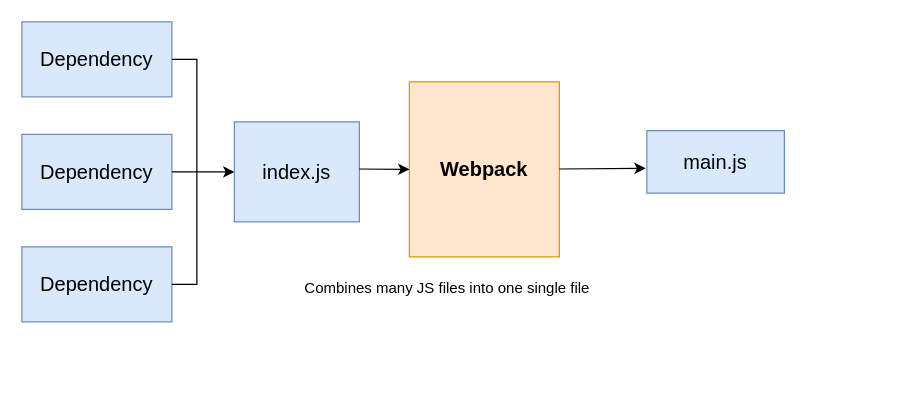
Before: page "Server-Arch" (1 of 2) of Frontend-Integration.drawio in afflato/system, a draw.io diagram. Source tidied: cells renumbered, new cells numbered last; positions are measured from the earlier drawing's top-left corner, leaving out a move shared by most shapes. Both pictures are drawn from the tidied source at 125%, with x=0, y=0 at pixel (21, 21).
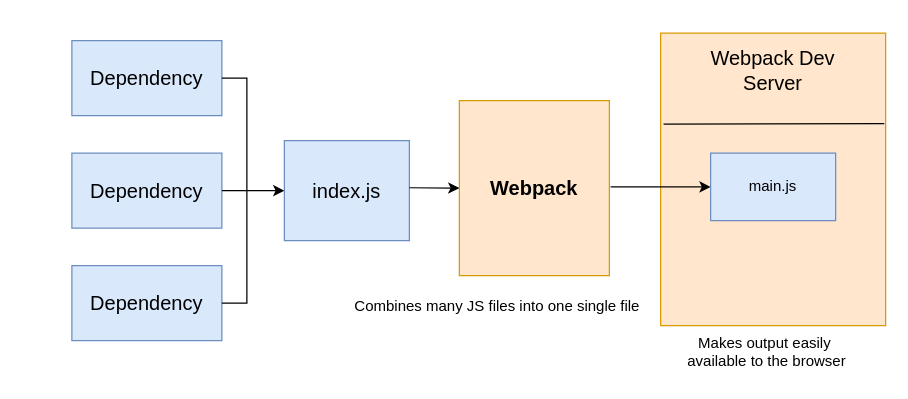
The same diagram, later.

The edit, as a diff of the source:
```diff
@@
-    <mxCell id="2" style="group;" parent="1" vertex="1">
-      <mxGeometry width="610" height="240" as="geometry" />
-    </mxCell>
+    <mxCell id="14" style="group;" parent="1" vertex="1">
+      <mxGeometry x="40" y="9" width="651" height="275" as="geometry" />
+    </mxCell>
-    <mxCell id="3" value="&lt;font style=&quot;font-size: 16px;&quot;&gt;Dependency&lt;/font&gt;" style="rounded=0;whiteSpace=wrap;html=1;fillColor=#dae8fc;strokeColor=#6c8ebf;" parent="2" vertex="1">
-      <mxGeometry width="120" height="60" as="geometry" />
+    <mxCell id="3" value="&lt;font style=&quot;font-size: 16px;&quot;&gt;Dependency&lt;/font&gt;" style="rounded=0;whiteSpace=wrap;html=1;fillColor=#dae8fc;strokeColor=#6c8ebf;" parent="14" vertex="1">
+      <mxGeometry y="6" width="120" height="60" as="geometry" />
     </mxCell>
-    <mxCell id="4" value="&lt;font style=&quot;font-size: 16px;&quot;&gt;Dependency&lt;/font&gt;" style="rounded=0;whiteSpace=wrap;html=1;fillColor=#dae8fc;strokeColor=#6c8ebf;" parent="2" vertex="1">
-      <mxGeometry y="90" width="120" height="60" as="geometry" />
+    <mxCell id="4" value="&lt;font style=&quot;font-size: 16px;&quot;&gt;Dependency&lt;/font&gt;" style="rounded=0;whiteSpace=wrap;html=1;fillColor=#dae8fc;strokeColor=#6c8ebf;" parent="14" vertex="1">
+      <mxGeometry y="96" width="120" height="60" as="geometry" />
     </mxCell>
-    <mxCell id="5" value="&lt;font style=&quot;font-size: 16px;&quot;&gt;Dependency&lt;/font&gt;" style="rounded=0;whiteSpace=wrap;html=1;fillColor=#dae8fc;strokeColor=#6c8ebf;" parent="2" vertex="1">
-      <mxGeometry y="180" width="120" height="60" as="geometry" />
+    <mxCell id="5" value="&lt;font style=&quot;font-size: 16px;&quot;&gt;Dependency&lt;/font&gt;" style="rounded=0;whiteSpace=wrap;html=1;fillColor=#dae8fc;strokeColor=#6c8ebf;" parent="14" vertex="1">
+      <mxGeometry y="186" width="120" height="60" as="geometry" />
     </mxCell>
-    <mxCell id="6" value="&lt;font style=&quot;font-size: 16px;&quot;&gt;index.js&lt;/font&gt;" style="rounded=0;whiteSpace=wrap;html=1;fillColor=#dae8fc;strokeColor=#6c8ebf;" parent="2" vertex="1">
-      <mxGeometry x="170" y="80" width="100" height="80" as="geometry" />
+    <mxCell id="6" value="&lt;font style=&quot;font-size: 16px;&quot;&gt;index.js&lt;/font&gt;" style="rounded=0;whiteSpace=wrap;html=1;fillColor=#dae8fc;strokeColor=#6c8ebf;" parent="14" vertex="1">
+      <mxGeometry x="170" y="86" width="100" height="80" as="geometry" />
     </mxCell>
-    <mxCell id="7" value="&lt;b&gt;&lt;font style=&quot;font-size: 16px;&quot;&gt;Webpack&lt;/font&gt;&lt;/b&gt;" style="rounded=0;whiteSpace=wrap;html=1;fillColor=#ffe6cc;strokeColor=#d79b00;" parent="2" vertex="1">
-      <mxGeometry x="310" y="48" width="120" height="140" as="geometry" />
+    <mxCell id="7" value="&lt;b&gt;&lt;font style=&quot;font-size: 16px;&quot;&gt;Webpack&lt;/font&gt;&lt;/b&gt;" style="rounded=0;whiteSpace=wrap;html=1;fillColor=#ffe6cc;strokeColor=#d79b00;" parent="14" vertex="1">
+      <mxGeometry x="310" y="54" width="120" height="140" as="geometry" />
     </mxCell>
-    <mxCell id="8" value="&lt;font style=&quot;font-size: 16px;&quot;&gt;main.js&lt;/font&gt;" style="rounded=0;whiteSpace=wrap;html=1;fillColor=#dae8fc;strokeColor=#6c8ebf;" parent="2" vertex="1">
-      <mxGeometry x="500" y="87" width="110" height="50" as="geometry" />
-    </mxCell>
-    <mxCell id="9" style="endArrow=classic;html=1;rounded=0;exitX=1;exitY=0.5;exitDx=0;exitDy=0;entryX=0;entryY=0.5;entryDx=0;entryDy=0;" parent="2" edge="1" source="4" target="6">
+    <mxCell id="9" style="endArrow=classic;html=1;rounded=0;exitX=1;exitY=0.5;exitDx=0;exitDy=0;entryX=0;entryY=0.5;entryDx=0;entryDy=0;" parent="14" edge="1" source="4" target="6">
       <mxGeometry relative="1" as="geometry" />
     </mxCell>
-    <mxCell id="10" style="endArrow=none;html=1;rounded=0;exitX=1;exitY=0.5;exitDx=0;exitDy=0;" parent="2" edge="1" source="3" target="5">
+    <mxCell id="10" style="endArrow=none;html=1;rounded=0;exitX=1;exitY=0.5;exitDx=0;exitDy=0;" parent="14" edge="1" source="3" target="5">
       <mxGeometry relative="1" as="geometry">
         <Array as="points">
-          <mxPoint x="140" y="30" />
-          <mxPoint x="140" y="60" />
-          <mxPoint x="140" y="210" />
+          <mxPoint x="140" y="36" />
+          <mxPoint x="140" y="66" />
+          <mxPoint x="140" y="216" />
         </Array>
       </mxGeometry>
     </mxCell>
-    <mxCell id="11" style="endArrow=classic;html=1;rounded=0;exitX=1;exitY=0.5;exitDx=0;exitDy=0;entryX=0;entryY=0.5;entryDx=0;entryDy=0;" parent="2" edge="1" target="7">
+    <mxCell id="11" style="endArrow=classic;html=1;rounded=0;exitX=1;exitY=0.5;exitDx=0;exitDy=0;entryX=0;entryY=0.5;entryDx=0;entryDy=0;" parent="14" edge="1" target="7">
       <mxGeometry relative="1" as="geometry">
-        <mxPoint x="270" y="117.7" as="sourcePoint" />
+        <mxPoint x="270" y="123.7" as="sourcePoint" />
       </mxGeometry>
     </mxCell>
+    <mxCell id="13" value="Combines many JS files into one single file" style="text;html=1;align=center;verticalAlign=middle;strokeColor=none;fillColor=none;" parent="14" vertex="1">
+      <mxGeometry x="215" y="204" width="250" height="30" as="geometry" />
+    </mxCell>
+    <mxCell id="15" style="rounded=0;whiteSpace=wrap;html=1;fillColor=#ffe6cc;strokeColor=#d79b00;" parent="14" vertex="1">
+      <mxGeometry x="471" width="180" height="234" as="geometry" />
+    </mxCell>
-    <mxCell id="12" style="endArrow=classic;html=1;rounded=0;exitX=1;exitY=0.5;exitDx=0;exitDy=0;entryX=-0.009;entryY=0.603;entryDx=0;entryDy=0;entryPerimeter=0;" parent="2" edge="1" target="8">
+    <mxCell id="12" style="endArrow=classic;html=1;rounded=0;entryX=0;entryY=0.5;entryDx=0;entryDy=0;" parent="14" edge="1" target="8">
       <mxGeometry relative="1" as="geometry">
-        <mxPoint x="430" y="117.7" as="sourcePoint" />
+        <mxPoint x="431" y="123" as="sourcePoint" />
       </mxGeometry>
     </mxCell>
-    <mxCell id="13" value="Combines many JS files into one single file" style="text;html=1;align=center;verticalAlign=middle;strokeColor=none;fillColor=none;" parent="2" vertex="1">
-      <mxGeometry x="215" y="198" width="250" height="30" as="geometry" />
-    </mxCell>
+    <mxCell id="16" style="endArrow=none;html=1;rounded=0;entryX=0.994;entryY=0.309;entryDx=0;entryDy=0;entryPerimeter=0;exitX=0.013;exitY=0.311;exitDx=0;exitDy=0;exitPerimeter=0;" parent="14" edge="1" source="15" target="15">
+      <mxGeometry relative="1" as="geometry" />
+    </mxCell>
+    <mxCell id="17" value="&lt;font style=&quot;font-size: 16px;&quot;&gt;Webpack Dev Server&lt;/font&gt;" style="text;html=1;strokeColor=none;fillColor=none;align=center;verticalAlign=middle;whiteSpace=wrap;rounded=0;" parent="14" vertex="1">
+      <mxGeometry x="491" y="13" width="140" height="34" as="geometry" />
+    </mxCell>
+    <mxCell id="8" value="main.js" style="rounded=0;whiteSpace=wrap;html=1;fillColor=#dae8fc;strokeColor=#6c8ebf;" parent="14" vertex="1">
+      <mxGeometry x="511" y="96" width="100" height="54" as="geometry" />
+    </mxCell>
+    <mxCell id="18" value="Makes output easily&lt;br&gt;&amp;nbsp;available to the browser" style="text;html=1;align=center;verticalAlign=middle;strokeColor=none;fillColor=none;" parent="14" vertex="1">
+      <mxGeometry x="479" y="235" width="150" height="40" as="geometry" />
+    </mxCell>
```
